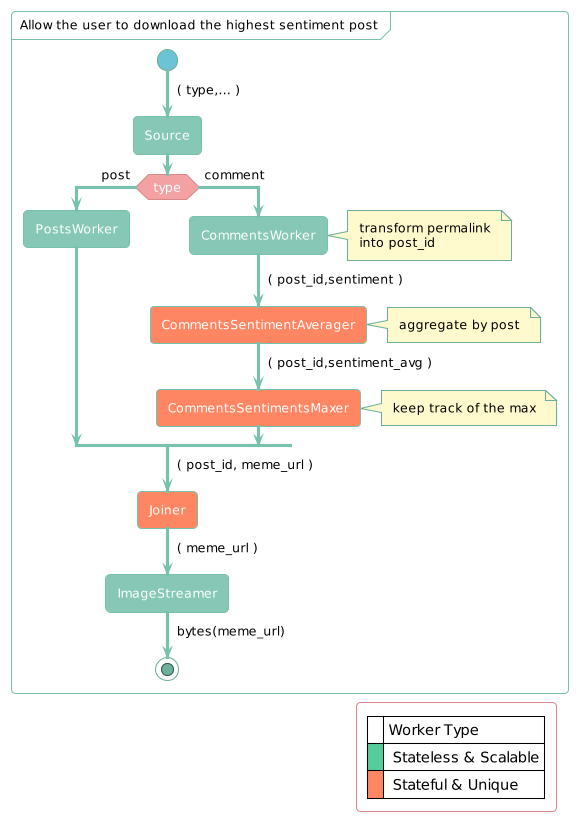
The PlantUML diagram TP2/informe/diagrams/avgsentiment.png in FdelMazo/7574-Distribuidos, before a commit.
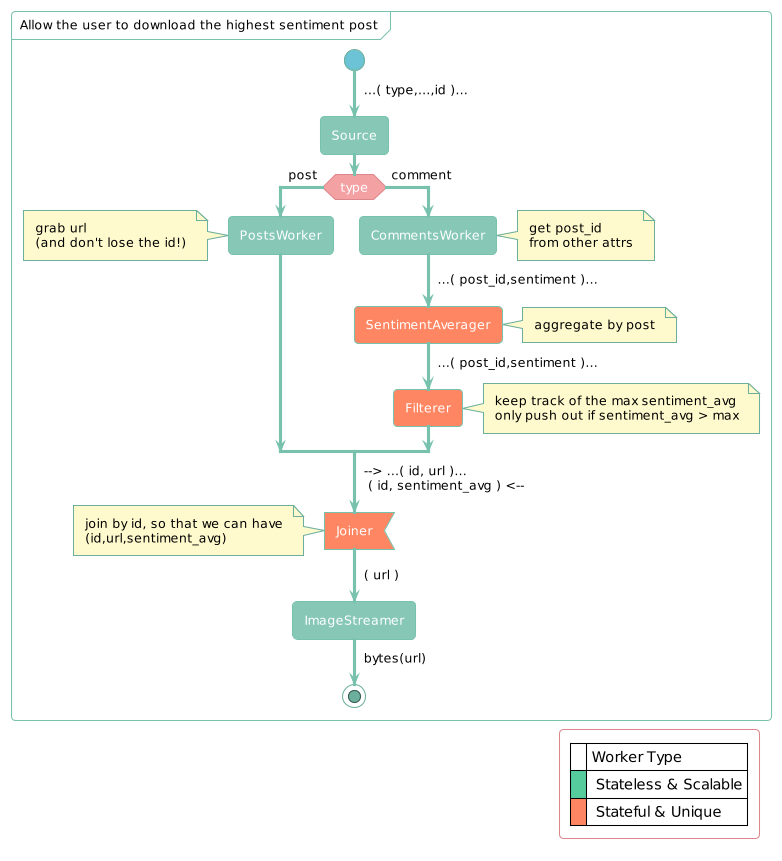
After the commit.

Diff of the diagram source:
```diff
@@ -11,33 +11,41 @@
 
 partition "Allow the user to download the highest sentiment post" {
   start
-  -> ( type,... );
+  -> ...( type,...,id )...;
   :Source;
   if (type) then (post)
     :PostsWorker;
-    -> ( post_id,meme_url );
+    note left
+      grab url
+      (and don't lose the id!)
+    endnote
   else (comment)
     :CommentsWorker;
     note right
-      transform permalink
-      into post_id
+      get post_id
+      from other attrs
     endnote
-    -> ( post_id,sentiment );
-    #ff8662 :CommentsSentimentAverager;
+    -> ...( post_id,sentiment )...;
+    #ff8662 :SentimentAverager;
     note right
       aggregate by post
     endnote
-    -> ( post_id,sentiment_avg );
-    #ff8662 :CommentsSentimentsMaxer;
+    -> ...( post_id,sentiment )...;
+    #ff8662 :Filterer;
     note right
-      keep track of the max
+      keep track of the max sentiment_avg
+      only push out if sentiment_avg > max
     endnote
   endif
-  -> ( post_id, meme_url );
-  #ff8662 :Joiner;
-  -> ( meme_url );
+  -> --> ...( id, url )... \n ( id, sentiment_avg ) <--;
+  #ff8662 :Joiner<
+    note left
+      join by id, so that we can have
+      (id,url,sentiment_avg)
+    endnote
+  -> ( url );
   :ImageStreamer;
-  -> bytes(meme_url);
+  -> bytes(url);
   stop
 
   legend bottom right
```
